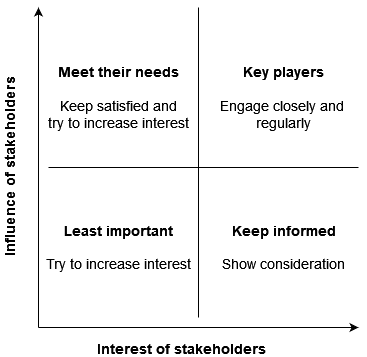
yungsinatra0/lboro-fyp keeps this draw.io diagram as report files/images/Stakeholder.png. Above is the earlier version. Source tidied: cells renumbered, new cells last; positions are measured from the earlier drawing's top-left corner, leaving out a move shared by most shapes.
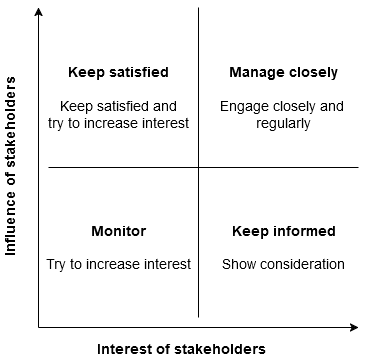
After the commit.

What changed in the source:
```diff
@@ -2,49 +2,49 @@
   <root>
     <mxCell id="0" />
     <mxCell id="1" parent="0" />
-    <mxCell id="2" style="endArrow=classic;html=1;rounded=0;" parent="1" edge="1">
-      <mxGeometry relative="1" as="geometry">
-        <mxPoint x="5" y="320" as="sourcePoint" />
-        <mxPoint x="5" as="targetPoint" />
-      </mxGeometry>
-    </mxCell>
+    <mxCell id="12" style="endArrow=classic;html=1;rounded=0;" parent="1" edge="1">
+      <mxGeometry relative="1" as="geometry">
+        <mxPoint x="5" y="320" as="sourcePoint" />
+        <mxPoint x="5" as="targetPoint" />
+      </mxGeometry>
+    </mxCell>
-    <mxCell id="3" value="Influence of stakeholders" style="edgeLabel;html=1;align=center;verticalAlign=middle;rotation=-90;fontStyle=1;fontSize=14;" parent="2" vertex="1">
+    <mxCell id="3" value="Influence of stakeholders" style="edgeLabel;html=1;align=center;verticalAlign=middle;rotation=-90;fontStyle=1;fontSize=14;" parent="12" vertex="1">
       <mxGeometry x="-0.15" relative="1" as="geometry">
         <mxPoint x="-30" y="-24" as="offset" />
       </mxGeometry>
     </mxCell>
-    <mxCell id="4" style="endArrow=classic;html=1;rounded=0;" parent="1" edge="1">
-      <mxGeometry relative="1" as="geometry">
-        <mxPoint x="5" y="320" as="sourcePoint" />
-        <mxPoint x="325" y="320" as="targetPoint" />
-      </mxGeometry>
-    </mxCell>
+    <mxCell id="13" style="endArrow=classic;html=1;rounded=0;" parent="1" edge="1">
+      <mxGeometry relative="1" as="geometry">
+        <mxPoint x="5" y="320" as="sourcePoint" />
+        <mxPoint x="325" y="320" as="targetPoint" />
+      </mxGeometry>
+    </mxCell>
-    <mxCell id="5" value="Interest of stakeholders" style="edgeLabel;html=1;align=center;verticalAlign=middle;fontStyle=1;fontSize=14;" parent="4" vertex="1">
+    <mxCell id="5" value="Interest of stakeholders" style="edgeLabel;html=1;align=center;verticalAlign=middle;fontStyle=1;fontSize=14;" parent="13" vertex="1">
       <mxGeometry x="-0.11" y="2" relative="1" as="geometry">
         <mxPoint y="22" as="offset" />
       </mxGeometry>
     </mxCell>
-    <mxCell id="6" style="endArrow=none;html=1;rounded=0;" parent="1" edge="1">
-      <mxGeometry relative="1" as="geometry">
-        <mxPoint x="165" y="310" as="sourcePoint" />
-        <mxPoint x="165" as="targetPoint" />
-      </mxGeometry>
-    </mxCell>
-    <mxCell id="7" style="endArrow=none;html=1;rounded=0;" parent="1" edge="1">
-      <mxGeometry relative="1" as="geometry">
-        <mxPoint x="15" y="160" as="sourcePoint" />
-        <mxPoint x="325" y="160" as="targetPoint" />
-      </mxGeometry>
-    </mxCell>
-    <mxCell id="8" value="&lt;div style=&quot;font-size: 14px;&quot;&gt;&lt;b style=&quot;font-size: 14px;&quot;&gt;Meet their needs&lt;/b&gt;&lt;/div&gt;&lt;div style=&quot;font-size: 14px;&quot;&gt;&lt;br style=&quot;font-size: 14px;&quot;&gt;&lt;/div&gt;&lt;div style=&quot;font-size: 14px;&quot;&gt;Keep satisfied and&lt;/div&gt;&lt;div style=&quot;font-size: 14px;&quot;&gt;try to increase interest&lt;br style=&quot;font-size: 14px;&quot;&gt;&lt;/div&gt;" style="text;html=1;align=center;verticalAlign=middle;strokeColor=none;fillColor=none;fontSize=14;" parent="1" vertex="1">
-      <mxGeometry x="5" y="50" width="160" height="80" as="geometry" />
-    </mxCell>
-    <mxCell id="9" value="&lt;div style=&quot;font-size: 14px;&quot;&gt;&lt;b style=&quot;font-size: 14px;&quot;&gt;Key players&lt;/b&gt;&lt;/div&gt;&lt;div style=&quot;font-size: 14px;&quot;&gt;&lt;br style=&quot;font-size: 14px;&quot;&gt;&lt;/div&gt;&lt;div style=&quot;font-size: 14px;&quot;&gt;Engage closely and&amp;nbsp;&lt;/div&gt;&lt;div style=&quot;font-size: 14px;&quot;&gt;regularly&lt;br style=&quot;font-size: 14px;&quot;&gt;&lt;/div&gt;" style="text;html=1;align=center;verticalAlign=middle;strokeColor=none;fillColor=none;fontSize=14;" parent="1" vertex="1">
-      <mxGeometry x="175" y="50" width="150" height="80" as="geometry" />
-    </mxCell>
-    <mxCell id="10" value="&lt;div style=&quot;font-size: 14px;&quot;&gt;&lt;b style=&quot;font-size: 14px;&quot;&gt;Least important&lt;/b&gt;&lt;/div&gt;&lt;div style=&quot;font-size: 14px;&quot;&gt;&lt;br style=&quot;font-size: 14px;&quot;&gt;&lt;/div&gt;&lt;div style=&quot;font-size: 14px;&quot;&gt;Try to increase interest&lt;br style=&quot;font-size: 14px;&quot;&gt;&lt;/div&gt;" style="text;html=1;align=center;verticalAlign=middle;strokeColor=none;fillColor=none;fontSize=14;" parent="1" vertex="1">
-      <mxGeometry y="210" width="170" height="60" as="geometry" />
-    </mxCell>
+    <mxCell id="14" style="endArrow=none;html=1;rounded=0;" parent="1" edge="1">
+      <mxGeometry relative="1" as="geometry">
+        <mxPoint x="165" y="310" as="sourcePoint" />
+        <mxPoint x="165" as="targetPoint" />
+      </mxGeometry>
+    </mxCell>
+    <mxCell id="15" style="endArrow=none;html=1;rounded=0;" parent="1" edge="1">
+      <mxGeometry relative="1" as="geometry">
+        <mxPoint x="15" y="160" as="sourcePoint" />
+        <mxPoint x="325" y="160" as="targetPoint" />
+      </mxGeometry>
+    </mxCell>
+    <mxCell id="16" value="&lt;div style=&quot;font-size: 14px;&quot;&gt;&lt;b&gt;Keep satisfied&lt;br&gt;&lt;/b&gt;&lt;/div&gt;&lt;div style=&quot;font-size: 14px;&quot;&gt;&lt;br style=&quot;font-size: 14px;&quot;&gt;&lt;/div&gt;&lt;div style=&quot;font-size: 14px;&quot;&gt;Keep satisfied and&lt;/div&gt;&lt;div style=&quot;font-size: 14px;&quot;&gt;try to increase interest&lt;br style=&quot;font-size: 14px;&quot;&gt;&lt;/div&gt;" style="text;html=1;align=center;verticalAlign=middle;strokeColor=none;fillColor=none;fontSize=14;" parent="1" vertex="1">
+      <mxGeometry x="5" y="50" width="160" height="80" as="geometry" />
+    </mxCell>
+    <mxCell id="17" value="&lt;div style=&quot;font-size: 14px;&quot;&gt;&lt;b&gt;Manage closely&lt;br&gt;&lt;/b&gt;&lt;/div&gt;&lt;div style=&quot;font-size: 14px;&quot;&gt;&lt;br style=&quot;font-size: 14px;&quot;&gt;&lt;/div&gt;&lt;div style=&quot;font-size: 14px;&quot;&gt;Engage closely and&amp;nbsp;&lt;/div&gt;&lt;div style=&quot;font-size: 14px;&quot;&gt;regularly&lt;br style=&quot;font-size: 14px;&quot;&gt;&lt;/div&gt;" style="text;html=1;align=center;verticalAlign=middle;strokeColor=none;fillColor=none;fontSize=14;" parent="1" vertex="1">
+      <mxGeometry x="175" y="50" width="150" height="80" as="geometry" />
+    </mxCell>
+    <mxCell id="18" value="&lt;div style=&quot;font-size: 14px;&quot;&gt;&lt;b&gt;&lt;span style=&quot;font-size: 14px;&quot;&gt;Monitor&lt;br&gt;&lt;/span&gt;&lt;/b&gt;&lt;/div&gt;&lt;div style=&quot;font-size: 14px;&quot;&gt;&lt;br style=&quot;font-size: 14px;&quot;&gt;&lt;/div&gt;&lt;div style=&quot;font-size: 14px;&quot;&gt;Try to increase interest&lt;br style=&quot;font-size: 14px;&quot;&gt;&lt;/div&gt;" style="text;html=1;align=center;verticalAlign=middle;strokeColor=none;fillColor=none;fontSize=14;" parent="1" vertex="1">
+      <mxGeometry y="210" width="170" height="60" as="geometry" />
+    </mxCell>
     <mxCell id="11" value="&lt;div style=&quot;font-size: 14px;&quot;&gt;&lt;b style=&quot;font-size: 14px;&quot;&gt;Keep informed&lt;/b&gt;&lt;/div&gt;&lt;div style=&quot;font-size: 14px;&quot;&gt;&lt;br style=&quot;font-size: 14px;&quot;&gt;&lt;/div&gt;&lt;div style=&quot;font-size: 14px;&quot;&gt;Show consideration&lt;br style=&quot;font-size: 14px;&quot;&gt;&lt;/div&gt;" style="text;html=1;align=center;verticalAlign=middle;strokeColor=none;fillColor=none;fontSize=14;" parent="1" vertex="1">
       <mxGeometry x="175" y="210" width="150" height="60" as="geometry" />
     </mxCell>
```
